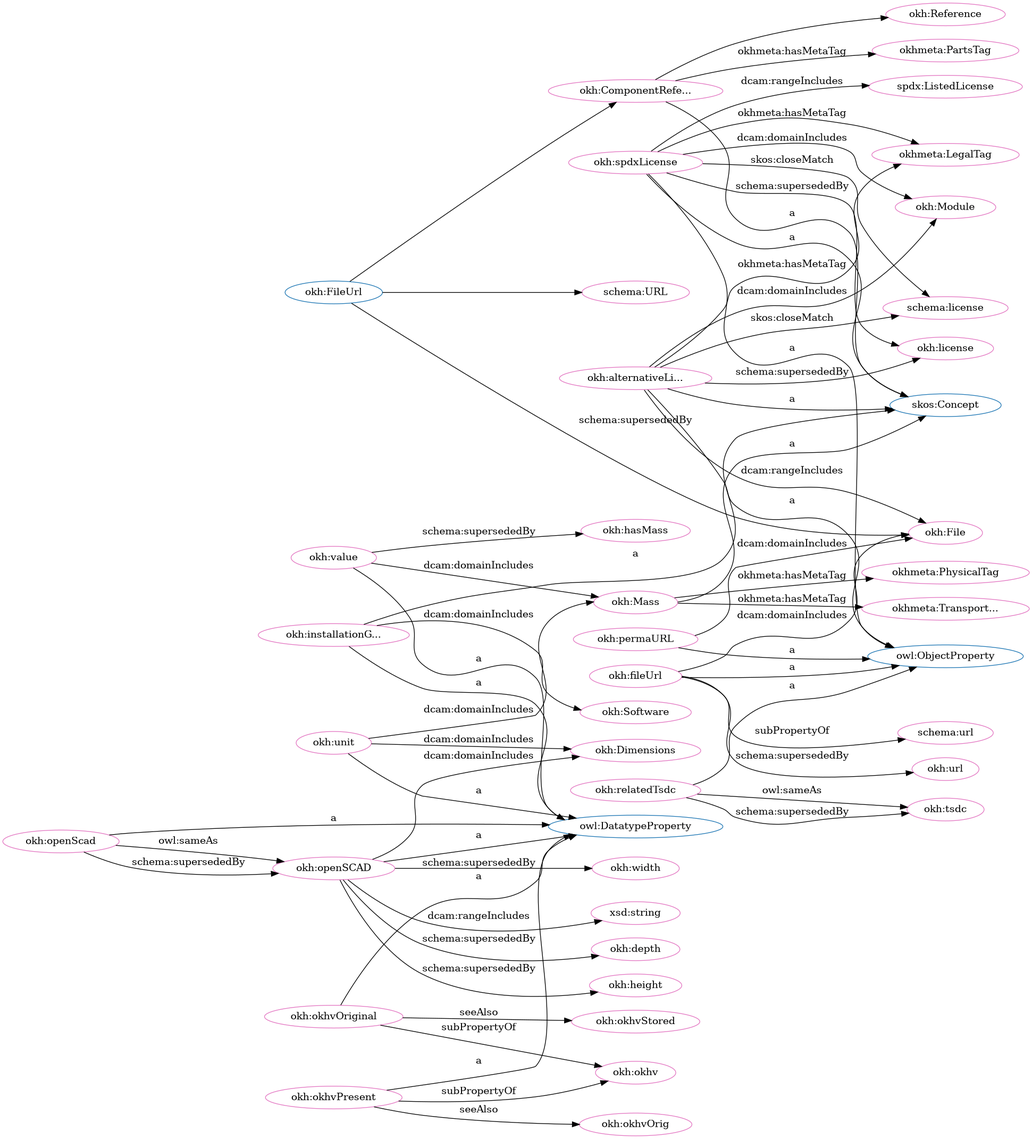
This is src/spec/dot_okh_deprecated.png from iop-alliance/OpenKnowHow, a Graphviz export, as it was before one commit. Its source is kept beside it as src/spec/dot_okh_deprecated.dot.
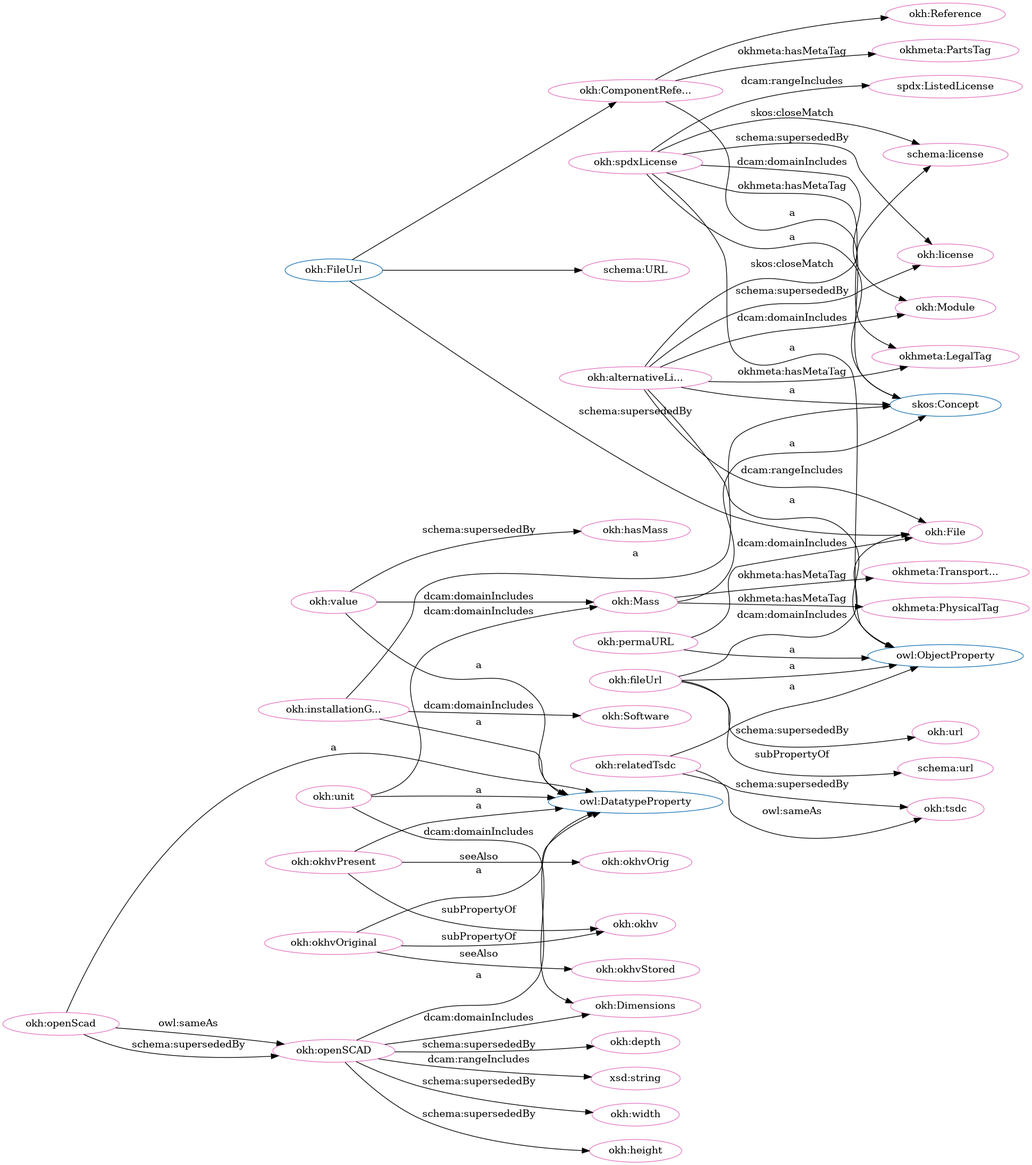
The same file after the commit.

The edit, as a diff of the source:
```diff
@@ -2,105 +2,105 @@
   rankdir=BT
   node[height=.3]
 "http://w3id.org/oseg/ont/okh#Mass" [fillcolor="#1f77b4" color="#1f77b4" label="okh:Mass"]
+"http://schema.org/URL" [fillcolor="#1f77b4" color="#1f77b4" label="schema:URL"]
 "http://www.w3.org/2002/07/owl#ObjectProperty" [fillcolor="#1f77b4" color="#1f77b4" label="owl:ObjectProperty"]
-"http://w3id.org/oseg/ont/okh#FileUrl" [fillcolor="#1f77b4" color="#1f77b4" label="okh:FileUrl"]
-"http://schema.org/URL" [fillcolor="#1f77b4" color="#1f77b4" label="schema:URL"]
 "http://www.w3.org/2002/07/owl#DatatypeProperty" [fillcolor="#1f77b4" color="#1f77b4" label="owl:DatatypeProperty"]
 "http://www.w3.org/2004/02/skos/core#Concept" [fillcolor="#1f77b4" color="#1f77b4" label="skos:Concept"]
+"http://w3id.org/oseg/ont/okh#FileUrl" [fillcolor="#1f77b4" color="#1f77b4" label="okh:FileUrl"]
 "http://w3id.org/oseg/ont/okh#ComponentReference" [fillcolor="#1f77b4" color="#1f77b4" label="okh:ComponentRefe..."]
 "http://w3id.org/oseg/ont/okh#Reference" [fillcolor="#1f77b4" color="#1f77b4" label="okh:Reference"]
-"http://w3id.org/oseg/ont/okhmetaTransportationTag" [fillcolor="#e377c2" color="#e377c2" label="okhmeta:Transport..."]
-"http://w3id.org/oseg/ont/okh#installationGuide" [fillcolor="#e377c2" color="#e377c2" label="okh:installationG..."]
-"http://w3id.org/oseg/ont/okh#url" [fillcolor="#e377c2" color="#e377c2" label="okh:url"]
-"http://w3id.org/oseg/ont/okh#permaURL" [fillcolor="#e377c2" color="#e377c2" label="okh:permaURL"]
+"http://w3id.org/oseg/ont/okh#hasMass" [fillcolor="#e377c2" color="#e377c2" label="okh:hasMass"]
+"http://w3id.org/oseg/ont/okh#height" [fillcolor="#e377c2" color="#e377c2" label="okh:height"]
 "http://w3id.org/oseg/ont/okh#fileUrl" [fillcolor="#e377c2" color="#e377c2" label="okh:fileUrl"]
 "http://w3id.org/oseg/ont/okh#File" [fillcolor="#e377c2" color="#e377c2" label="okh:File"]
+"http://w3id.org/oseg/ont/okh#okhvOrig" [fillcolor="#e377c2" color="#e377c2" label="okh:okhvOrig"]
+"http://w3id.org/oseg/ont/okh#okhvPresent" [fillcolor="#e377c2" color="#e377c2" label="okh:okhvPresent"]
+"http://w3id.org/oseg/ont/okh#alternativeLicense" [fillcolor="#e377c2" color="#e377c2" label="okh:alternativeLi..."]
+"http://w3id.org/oseg/ont/okh#Mass" [fillcolor="#e377c2" color="#e377c2" label="okh:Mass"]
+"http://w3id.org/oseg/ont/okh#spdxLicense" [fillcolor="#e377c2" color="#e377c2" label="okh:spdxLicense"]
+"http://w3id.org/oseg/ont/okh#Module" [fillcolor="#e377c2" color="#e377c2" label="okh:Module"]
+"http://w3id.org/oseg/ont/okh#okhv" [fillcolor="#e377c2" color="#e377c2" label="okh:okhv"]
+"http://w3id.org/oseg/ont/okhmetaPartsTag" [fillcolor="#e377c2" color="#e377c2" label="okhmeta:PartsTag"]
+"http://w3id.org/oseg/ont/okh#tsdc" [fillcolor="#e377c2" color="#e377c2" label="okh:tsdc"]
+"http://schema.org/URL" [fillcolor="#e377c2" color="#e377c2" label="schema:URL"]
+"http://w3id.org/oseg/ont/okh#depth" [fillcolor="#e377c2" color="#e377c2" label="okh:depth"]
+"http://w3id.org/oseg/ont/okh#license" [fillcolor="#e377c2" color="#e377c2" label="okh:license"]
+"http://w3id.org/oseg/ont/okh#installationGuide" [fillcolor="#e377c2" color="#e377c2" label="okh:installationG..."]
+"http://w3id.org/oseg/ont/okh#okhvStored" [fillcolor="#e377c2" color="#e377c2" label="okh:okhvStored"]
+"http://w3id.org/oseg/ont/okh#relatedTsdc" [fillcolor="#e377c2" color="#e377c2" label="okh:relatedTsdc"]
+"http://www.w3.org/2001/XMLSchema#string" [fillcolor="#e377c2" color="#e377c2" label="xsd:string"]
+"http://schema.org/license" [fillcolor="#e377c2" color="#e377c2" label="schema:license"]
+"http://w3id.org/oseg/ont/okh#permaURL" [fillcolor="#e377c2" color="#e377c2" label="okh:permaURL"]
+"http://w3id.org/oseg/ont/okhmetaLegalTag" [fillcolor="#e377c2" color="#e377c2" label="okhmeta:LegalTag"]
+"http://w3id.org/oseg/ont/okh#okhvOriginal" [fillcolor="#e377c2" color="#e377c2" label="okh:okhvOriginal"]
+"http://w3id.org/oseg/ont/okh#Software" [fillcolor="#e377c2" color="#e377c2" label="okh:Software"]
 "http://w3id.org/oseg/ont/okhmetaPhysicalTag" [fillcolor="#e377c2" color="#e377c2" label="okhmeta:PhysicalTag"]
-"http://w3id.org/oseg/ont/okh#okhv" [fillcolor="#e377c2" color="#e377c2" label="okh:okhv"]
-"http://w3id.org/oseg/ont/okh#Software" [fillcolor="#e377c2" color="#e377c2" label="okh:Software"]
-"http://w3id.org/oseg/ont/okh#alternativeLicense" [fillcolor="#e377c2" color="#e377c2" label="okh:alternativeLi..."]
+"http://w3id.org/oseg/ont/okhmetaTransportationTag" [fillcolor="#e377c2" color="#e377c2" label="okhmeta:Transport..."]
+"http://w3id.org/oseg/ont/okh#width" [fillcolor="#e377c2" color="#e377c2" label="okh:width"]
+"http://w3id.org/oseg/ont/okh#openSCAD" [fillcolor="#e377c2" color="#e377c2" label="okh:openSCAD"]
+"http://w3id.org/oseg/ont/okh#Dimensions" [fillcolor="#e377c2" color="#e377c2" label="okh:Dimensions"]
+"http://w3id.org/oseg/ont/okh#value" [fillcolor="#e377c2" color="#e377c2" label="okh:value"]
+"http://w3id.org/oseg/ont/okh#ComponentReference" [fillcolor="#e377c2" color="#e377c2" label="okh:ComponentRefe..."]
+"http://w3id.org/oseg/ont/okh#Reference" [fillcolor="#e377c2" color="#e377c2" label="okh:Reference"]
+"http://spdx.org/rdf/terms#ListedLicense" [fillcolor="#e377c2" color="#e377c2" label="spdx:ListedLicense"]
+"http://w3id.org/oseg/ont/okh#url" [fillcolor="#e377c2" color="#e377c2" label="okh:url"]
 "http://w3id.org/oseg/ont/okh#openScad" [fillcolor="#e377c2" color="#e377c2" label="okh:openScad"]
 "http://w3id.org/oseg/ont/okh#unit" [fillcolor="#e377c2" color="#e377c2" label="okh:unit"]
-"http://w3id.org/oseg/ont/okh#height" [fillcolor="#e377c2" color="#e377c2" label="okh:height"]
-"http://schema.org/license" [fillcolor="#e377c2" color="#e377c2" label="schema:license"]
-"http://w3id.org/oseg/ont/okh#Module" [fillcolor="#e377c2" color="#e377c2" label="okh:Module"]
-"http://w3id.org/oseg/ont/okhmetaLegalTag" [fillcolor="#e377c2" color="#e377c2" label="okhmeta:LegalTag"]
-"http://w3id.org/oseg/ont/okh#ComponentReference" [fillcolor="#e377c2" color="#e377c2" label="okh:ComponentRefe..."]
-"http://w3id.org/oseg/ont/okh#Dimensions" [fillcolor="#e377c2" color="#e377c2" label="okh:Dimensions"]
-"http://w3id.org/oseg/ont/okh#okhvOrig" [fillcolor="#e377c2" color="#e377c2" label="okh:okhvOrig"]
-"http://w3id.org/oseg/ont/okh#hasMass" [fillcolor="#e377c2" color="#e377c2" label="okh:hasMass"]
-"http://www.w3.org/2001/XMLSchema#string" [fillcolor="#e377c2" color="#e377c2" label="xsd:string"]
-"http://w3id.org/oseg/ont/okh#okhvOriginal" [fillcolor="#e377c2" color="#e377c2" label="okh:okhvOriginal"]
-"http://w3id.org/oseg/ont/okh#license" [fillcolor="#e377c2" color="#e377c2" label="okh:license"]
-"http://w3id.org/oseg/ont/okh#depth" [fillcolor="#e377c2" color="#e377c2" label="okh:depth"]
-"http://w3id.org/oseg/ont/okh#Mass" [fillcolor="#e377c2" color="#e377c2" label="okh:Mass"]
-"http://w3id.org/oseg/ont/okh#openSCAD" [fillcolor="#e377c2" color="#e377c2" label="okh:openSCAD"]
 "http://schema.org/url" [fillcolor="#e377c2" color="#e377c2" label="schema:url"]
-"http://w3id.org/oseg/ont/okh#spdxLicense" [fillcolor="#e377c2" color="#e377c2" label="okh:spdxLicense"]
-"http://schema.org/URL" [fillcolor="#e377c2" color="#e377c2" label="schema:URL"]
-"http://w3id.org/oseg/ont/okh#tsdc" [fillcolor="#e377c2" color="#e377c2" label="okh:tsdc"]
-"http://w3id.org/oseg/ont/okh#Reference" [fillcolor="#e377c2" color="#e377c2" label="okh:Reference"]
-"http://w3id.org/oseg/ont/okh#okhvStored" [fillcolor="#e377c2" color="#e377c2" label="okh:okhvStored"]
-"http://w3id.org/oseg/ont/okhmetaPartsTag" [fillcolor="#e377c2" color="#e377c2" label="okhmeta:PartsTag"]
-"http://w3id.org/oseg/ont/okh#okhvPresent" [fillcolor="#e377c2" color="#e377c2" label="okh:okhvPresent"]
-"http://w3id.org/oseg/ont/okh#width" [fillcolor="#e377c2" color="#e377c2" label="okh:width"]
-"http://w3id.org/oseg/ont/okh#relatedTsdc" [fillcolor="#e377c2" color="#e377c2" label="okh:relatedTsdc"]
-"http://w3id.org/oseg/ont/okh#value" [fillcolor="#e377c2" color="#e377c2" label="okh:value"]
-"http://spdx.org/rdf/terms#ListedLicense" [fillcolor="#e377c2" color="#e377c2" label="spdx:ListedLicense"]
+  "http://w3id.org/oseg/ont/okh#value" -> "http://w3id.org/oseg/ont/okh#hasMass" [label="schema:supersededBy"]
+  "http://w3id.org/oseg/ont/okh#openSCAD" -> "http://w3id.org/oseg/ont/okh#height" [label="schema:supersededBy"]
+  "http://w3id.org/oseg/ont/okh#fileUrl" -> "http://www.w3.org/2002/07/owl#ObjectProperty" [label="a"]
+  "http://w3id.org/oseg/ont/okh#alternativeLicense" -> "http://w3id.org/oseg/ont/okh#File" [label="dcam:rangeIncludes"]
+  "http://w3id.org/oseg/ont/okh#okhvPresent" -> "http://w3id.org/oseg/ont/okh#okhvOrig" [label="seeAlso"]
+  "http://w3id.org/oseg/ont/okh#okhvPresent" -> "http://www.w3.org/2002/07/owl#DatatypeProperty" [label="a"]
+  "http://w3id.org/oseg/ont/okh#alternativeLicense" -> "http://www.w3.org/2002/07/owl#ObjectProperty" [label="a"]
+  "http://w3id.org/oseg/ont/okh#Mass" -> "http://www.w3.org/2004/02/skos/core#Concept" [label="a"]
+  "http://w3id.org/oseg/ont/okh#spdxLicense" -> "http://www.w3.org/2002/07/owl#ObjectProperty" [label="a"]
+  "http://w3id.org/oseg/ont/okh#alternativeLicense" -> "http://w3id.org/oseg/ont/okh#Module" [label="dcam:domainIncludes"]
+  "http://w3id.org/oseg/ont/okh#spdxLicense" -> "http://w3id.org/oseg/ont/okh#Module" [label="dcam:domainIncludes"]
+  "http://w3id.org/oseg/ont/okh#okhvOriginal" -> "http://w3id.org/oseg/ont/okh#okhv" [label="subPropertyOf"]
+  "http://w3id.org/oseg/ont/okh#ComponentReference" -> "http://w3id.org/oseg/ont/okhmetaPartsTag" [label="okhmeta:hasMetaTag"]
+  "http://w3id.org/oseg/ont/okh#relatedTsdc" -> "http://w3id.org/oseg/ont/okh#tsdc" [label="owl:sameAs"]
+  "http://w3id.org/oseg/ont/okh#FileUrl" -> "http://schema.org/URL" [label=""]
+  "http://w3id.org/oseg/ont/okh#openSCAD" -> "http://w3id.org/oseg/ont/okh#depth" [label="schema:supersededBy"]
+  "http://w3id.org/oseg/ont/okh#installationGuide" -> "http://www.w3.org/2004/02/skos/core#Concept" [label="a"]
+  "http://w3id.org/oseg/ont/okh#alternativeLicense" -> "http://w3id.org/oseg/ont/okh#license" [label="schema:supersededBy"]
+  "http://w3id.org/oseg/ont/okh#okhvOriginal" -> "http://w3id.org/oseg/ont/okh#okhvStored" [label="seeAlso"]
+  "http://w3id.org/oseg/ont/okh#relatedTsdc" -> "http://w3id.org/oseg/ont/okh#tsdc" [label="schema:supersededBy"]
+  "http://w3id.org/oseg/ont/okh#relatedTsdc" -> "http://www.w3.org/2002/07/owl#ObjectProperty" [label="a"]
+  "http://w3id.org/oseg/ont/okh#openSCAD" -> "http://www.w3.org/2001/XMLSchema#string" [label="dcam:rangeIncludes"]
+  "http://w3id.org/oseg/ont/okh#alternativeLicense" -> "http://schema.org/license" [label="skos:closeMatch"]
+  "http://w3id.org/oseg/ont/okh#spdxLicense" -> "http://schema.org/license" [label="skos:closeMatch"]
+  "http://w3id.org/oseg/ont/okh#permaURL" -> "http://www.w3.org/2002/07/owl#ObjectProperty" [label="a"]
+  "http://w3id.org/oseg/ont/okh#alternativeLicense" -> "http://w3id.org/oseg/ont/okhmetaLegalTag" [label="okhmeta:hasMetaTag"]
+  "http://w3id.org/oseg/ont/okh#okhvOriginal" -> "http://www.w3.org/2002/07/owl#DatatypeProperty" [label="a"]
+  "http://w3id.org/oseg/ont/okh#value" -> "http://w3id.org/oseg/ont/okh#Mass" [label="dcam:domainIncludes"]
+  "http://w3id.org/oseg/ont/okh#unit" -> "http://w3id.org/oseg/ont/okh#Mass" [label="dcam:domainIncludes"]
+  "http://w3id.org/oseg/ont/okh#installationGuide" -> "http://w3id.org/oseg/ont/okh#Software" [label="dcam:domainIncludes"]
+  "http://w3id.org/oseg/ont/okh#alternativeLicense" -> "http://www.w3.org/2004/02/skos/core#Concept" [label="a"]
+  "http://w3id.org/oseg/ont/okh#Mass" -> "http://w3id.org/oseg/ont/okhmetaPhysicalTag" [label="okhmeta:hasMetaTag"]
+  "http://w3id.org/oseg/ont/okh#spdxLicense" -> "http://www.w3.org/2004/02/skos/core#Concept" [label="a"]
+  "http://w3id.org/oseg/ont/okh#permaURL" -> "http://w3id.org/oseg/ont/okh#File" [label="dcam:domainIncludes"]
   "http://w3id.org/oseg/ont/okh#Mass" -> "http://w3id.org/oseg/ont/okhmetaTransportationTag" [label="okhmeta:hasMetaTag"]
+  "http://w3id.org/oseg/ont/okh#openSCAD" -> "http://w3id.org/oseg/ont/okh#width" [label="schema:supersededBy"]
+  "http://w3id.org/oseg/ont/okh#openScad" -> "http://w3id.org/oseg/ont/okh#openSCAD" [label="schema:supersededBy"]
   "http://w3id.org/oseg/ont/okh#installationGuide" -> "http://www.w3.org/2002/07/owl#DatatypeProperty" [label="a"]
+  "http://w3id.org/oseg/ont/okh#FileUrl" -> "http://w3id.org/oseg/ont/okh#File" [label="schema:supersededBy"]
+  "http://w3id.org/oseg/ont/okh#spdxLicense" -> "http://w3id.org/oseg/ont/okhmetaLegalTag" [label="okhmeta:hasMetaTag"]
+  "http://w3id.org/oseg/ont/okh#openSCAD" -> "http://w3id.org/oseg/ont/okh#Dimensions" [label="dcam:domainIncludes"]
+  "http://w3id.org/oseg/ont/okh#value" -> "http://www.w3.org/2002/07/owl#DatatypeProperty" [label="a"]
+  "http://w3id.org/oseg/ont/okh#spdxLicense" -> "http://w3id.org/oseg/ont/okh#license" [label="schema:supersededBy"]
+  "http://w3id.org/oseg/ont/okh#FileUrl" -> "http://w3id.org/oseg/ont/okh#ComponentReference" [label=""]
+  "http://w3id.org/oseg/ont/okh#ComponentReference" -> "http://w3id.org/oseg/ont/okh#Reference" [label=""]
+  "http://w3id.org/oseg/ont/okh#spdxLicense" -> "http://spdx.org/rdf/terms#ListedLicense" [label="dcam:rangeIncludes"]
+  "http://w3id.org/oseg/ont/okh#unit" -> "http://w3id.org/oseg/ont/okh#Dimensions" [label="dcam:domainIncludes"]
+  "http://w3id.org/oseg/ont/okh#okhvPresent" -> "http://w3id.org/oseg/ont/okh#okhv" [label="subPropertyOf"]
   "http://w3id.org/oseg/ont/okh#fileUrl" -> "http://w3id.org/oseg/ont/okh#url" [label="schema:supersededBy"]
-  "http://w3id.org/oseg/ont/okh#permaURL" -> "http://www.w3.org/2002/07/owl#ObjectProperty" [label="a"]
-  "http://w3id.org/oseg/ont/okh#fileUrl" -> "http://www.w3.org/2002/07/owl#ObjectProperty" [label="a"]
-  "http://w3id.org/oseg/ont/okh#FileUrl" -> "http://w3id.org/oseg/ont/okh#File" [label="schema:supersededBy"]
-  "http://w3id.org/oseg/ont/okh#Mass" -> "http://w3id.org/oseg/ont/okhmetaPhysicalTag" [label="okhmeta:hasMetaTag"]
-  "http://w3id.org/oseg/ont/okh#okhvPresent" -> "http://w3id.org/oseg/ont/okh#okhv" [label="subPropertyOf"]
-  "http://w3id.org/oseg/ont/okh#installationGuide" -> "http://w3id.org/oseg/ont/okh#Software" [label="dcam:domainIncludes"]
-  "http://w3id.org/oseg/ont/okh#alternativeLicense" -> "http://www.w3.org/2002/07/owl#ObjectProperty" [label="a"]
   "http://w3id.org/oseg/ont/okh#openScad" -> "http://www.w3.org/2002/07/owl#DatatypeProperty" [label="a"]
+  "http://w3id.org/oseg/ont/okh#openSCAD" -> "http://www.w3.org/2002/07/owl#DatatypeProperty" [label="a"]
+  "http://w3id.org/oseg/ont/okh#ComponentReference" -> "http://www.w3.org/2004/02/skos/core#Concept" [label="a"]
+  "http://w3id.org/oseg/ont/okh#fileUrl" -> "http://w3id.org/oseg/ont/okh#File" [label="dcam:domainIncludes"]
   "http://w3id.org/oseg/ont/okh#unit" -> "http://www.w3.org/2002/07/owl#DatatypeProperty" [label="a"]
-  "http://w3id.org/oseg/ont/okh#openSCAD" -> "http://w3id.org/oseg/ont/okh#height" [label="schema:supersededBy"]
-  "http://w3id.org/oseg/ont/okh#spdxLicense" -> "http://schema.org/license" [label="skos:closeMatch"]
-  "http://w3id.org/oseg/ont/okh#spdxLicense" -> "http://w3id.org/oseg/ont/okh#Module" [label="dcam:domainIncludes"]
-  "http://w3id.org/oseg/ont/okh#spdxLicense" -> "http://w3id.org/oseg/ont/okhmetaLegalTag" [label="okhmeta:hasMetaTag"]
-  "http://w3id.org/oseg/ont/okh#FileUrl" -> "http://w3id.org/oseg/ont/okh#ComponentReference" [label=""]
-  "http://w3id.org/oseg/ont/okh#ComponentReference" -> "http://www.w3.org/2004/02/skos/core#Concept" [label="a"]
-  "http://w3id.org/oseg/ont/okh#unit" -> "http://w3id.org/oseg/ont/okh#Dimensions" [label="dcam:domainIncludes"]
-  "http://w3id.org/oseg/ont/okh#installationGuide" -> "http://www.w3.org/2004/02/skos/core#Concept" [label="a"]
-  "http://w3id.org/oseg/ont/okh#okhvPresent" -> "http://w3id.org/oseg/ont/okh#okhvOrig" [label="seeAlso"]
-  "http://w3id.org/oseg/ont/okh#okhvOriginal" -> "http://w3id.org/oseg/ont/okh#okhv" [label="subPropertyOf"]
-  "http://w3id.org/oseg/ont/okh#value" -> "http://w3id.org/oseg/ont/okh#hasMass" [label="schema:supersededBy"]
-  "http://w3id.org/oseg/ont/okh#fileUrl" -> "http://w3id.org/oseg/ont/okh#File" [label="dcam:domainIncludes"]
-  "http://w3id.org/oseg/ont/okh#openSCAD" -> "http://w3id.org/oseg/ont/okh#Dimensions" [label="dcam:domainIncludes"]
-  "http://w3id.org/oseg/ont/okh#openSCAD" -> "http://www.w3.org/2001/XMLSchema#string" [label="dcam:rangeIncludes"]
-  "http://w3id.org/oseg/ont/okh#okhvOriginal" -> "http://www.w3.org/2002/07/owl#DatatypeProperty" [label="a"]
-  "http://w3id.org/oseg/ont/okh#alternativeLicense" -> "http://schema.org/license" [label="skos:closeMatch"]
-  "http://w3id.org/oseg/ont/okh#spdxLicense" -> "http://w3id.org/oseg/ont/okh#license" [label="schema:supersededBy"]
-  "http://w3id.org/oseg/ont/okh#openSCAD" -> "http://w3id.org/oseg/ont/okh#depth" [label="schema:supersededBy"]
+  "http://w3id.org/oseg/ont/okh#openScad" -> "http://w3id.org/oseg/ont/okh#openSCAD" [label="owl:sameAs"]
   "http://w3id.org/oseg/ont/okh#fileUrl" -> "http://schema.org/url" [label="subPropertyOf"]
-  "http://w3id.org/oseg/ont/okh#openSCAD" -> "http://www.w3.org/2002/07/owl#DatatypeProperty" [label="a"]
-  "http://w3id.org/oseg/ont/okh#unit" -> "http://w3id.org/oseg/ont/okh#Mass" [label="dcam:domainIncludes"]
-  "http://w3id.org/oseg/ont/okh#spdxLicense" -> "http://www.w3.org/2004/02/skos/core#Concept" [label="a"]
-  "http://w3id.org/oseg/ont/okh#alternativeLicense" -> "http://w3id.org/oseg/ont/okh#Module" [label="dcam:domainIncludes"]
-  "http://w3id.org/oseg/ont/okh#alternativeLicense" -> "http://w3id.org/oseg/ont/okhmetaLegalTag" [label="okhmeta:hasMetaTag"]
-  "http://w3id.org/oseg/ont/okh#value" -> "http://w3id.org/oseg/ont/okh#Mass" [label="dcam:domainIncludes"]
-  "http://w3id.org/oseg/ont/okh#FileUrl" -> "http://schema.org/URL" [label=""]
-  "http://w3id.org/oseg/ont/okh#relatedTsdc" -> "http://w3id.org/oseg/ont/okh#tsdc" [label="schema:supersededBy"]
-  "http://w3id.org/oseg/ont/okh#ComponentReference" -> "http://w3id.org/oseg/ont/okh#Reference" [label=""]
-  "http://w3id.org/oseg/ont/okh#spdxLicense" -> "http://www.w3.org/2002/07/owl#ObjectProperty" [label="a"]
-  "http://w3id.org/oseg/ont/okh#okhvOriginal" -> "http://w3id.org/oseg/ont/okh#okhvStored" [label="seeAlso"]
-  "http://w3id.org/oseg/ont/okh#Mass" -> "http://www.w3.org/2004/02/skos/core#Concept" [label="a"]
-  "http://w3id.org/oseg/ont/okh#ComponentReference" -> "http://w3id.org/oseg/ont/okhmetaPartsTag" [label="okhmeta:hasMetaTag"]
-  "http://w3id.org/oseg/ont/okh#alternativeLicense" -> "http://w3id.org/oseg/ont/okh#license" [label="schema:supersededBy"]
-  "http://w3id.org/oseg/ont/okh#okhvPresent" -> "http://www.w3.org/2002/07/owl#DatatypeProperty" [label="a"]
-  "http://w3id.org/oseg/ont/okh#openSCAD" -> "http://w3id.org/oseg/ont/okh#width" [label="schema:supersededBy"]
-  "http://w3id.org/oseg/ont/okh#relatedTsdc" -> "http://www.w3.org/2002/07/owl#ObjectProperty" [label="a"]
-  "http://w3id.org/oseg/ont/okh#spdxLicense" -> "http://spdx.org/rdf/terms#ListedLicense" [label="dcam:rangeIncludes"]
-  "http://w3id.org/oseg/ont/okh#permaURL" -> "http://w3id.org/oseg/ont/okh#File" [label="dcam:domainIncludes"]
-  "http://w3id.org/oseg/ont/okh#relatedTsdc" -> "http://w3id.org/oseg/ont/okh#tsdc" [label="owl:sameAs"]
-  "http://w3id.org/oseg/ont/okh#openScad" -> "http://w3id.org/oseg/ont/okh#openSCAD" [label="schema:supersededBy"]
-  "http://w3id.org/oseg/ont/okh#alternativeLicense" -> "http://www.w3.org/2004/02/skos/core#Concept" [label="a"]
-  "http://w3id.org/oseg/ont/okh#alternativeLicense" -> "http://w3id.org/oseg/ont/okh#File" [label="dcam:rangeIncludes"]
-  "http://w3id.org/oseg/ont/okh#value" -> "http://www.w3.org/2002/07/owl#DatatypeProperty" [label="a"]
-  "http://w3id.org/oseg/ont/okh#openScad" -> "http://w3id.org/oseg/ont/okh#openSCAD" [label="owl:sameAs"]
 }
```
